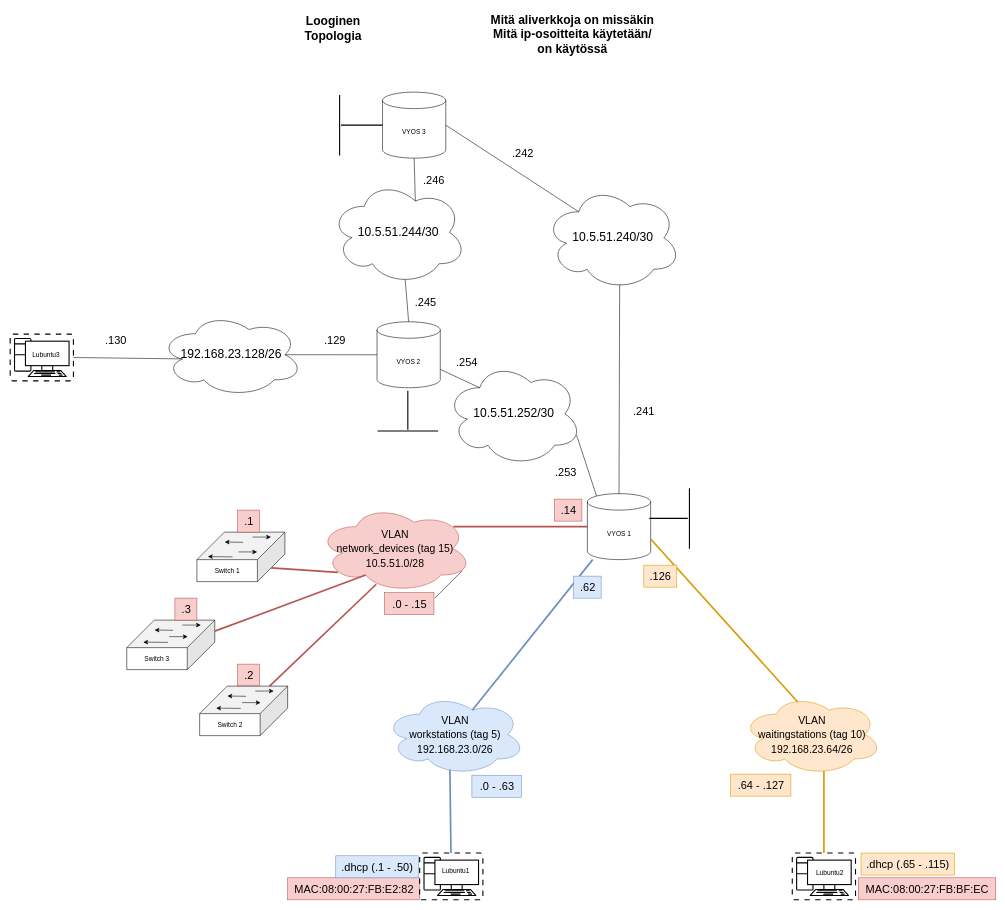
This is documentation/E08/Tietoverkot_looginen_topologia.drawio from Peltori/Tietoverkot, a draw.io file, before an edit. Source tidied: cells renumbered, new cells numbered last; positions are measured from the earlier drawing's top-left corner, leaving out a move shared by most shapes. Both pictures are drawn from the tidied source at 55%, with x=0, y=0 at pixel (10, 9).
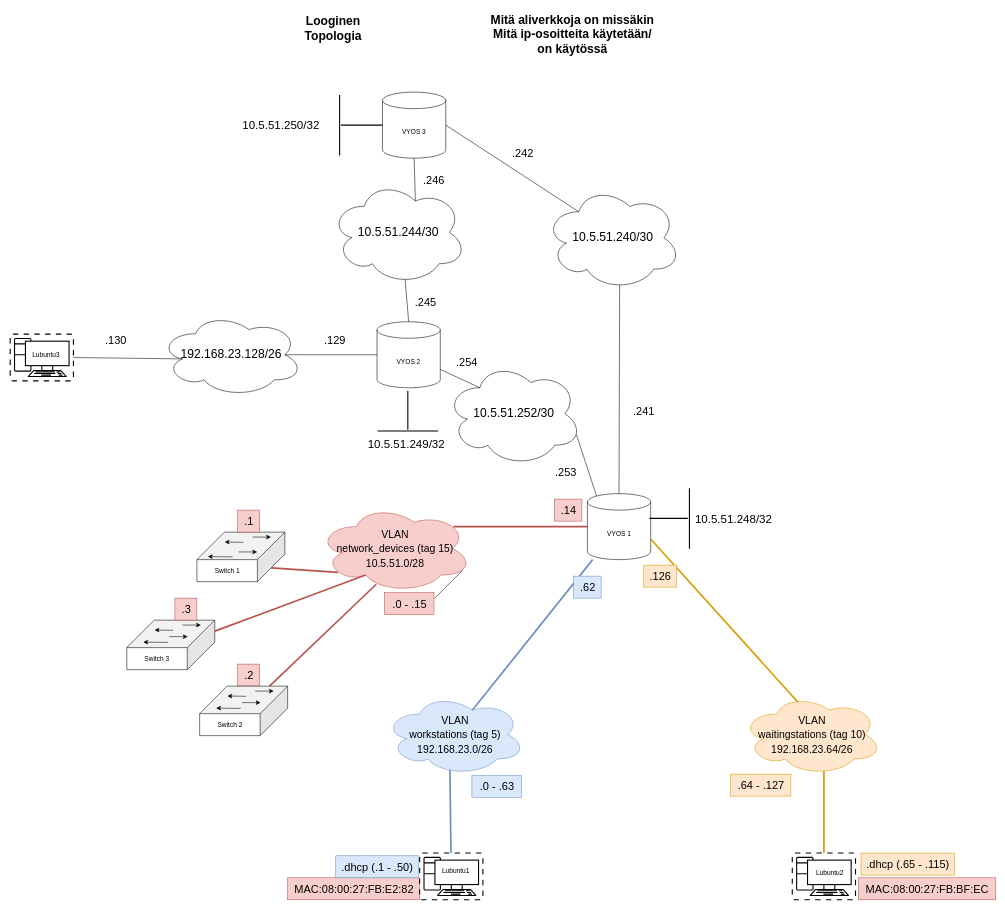
The same diagram, later.

Commit message (it also covers changes not shown here):
Muokattu hieman topologia kuvaa

Change to the diagram source:
```diff
@@
+    <mxCell id="90" value="10.5.51.250/32" style="text;html=1;align=center;verticalAlign=middle;strokeColor=none;fillColor=none;fontSize=21;" parent="1" vertex="1">
+      <mxGeometry x="412" y="190" width="160" height="40" as="geometry" />
+    </mxCell>
+    <mxCell id="91" value="10.5.51.249/32" style="text;html=1;align=center;verticalAlign=middle;strokeColor=none;fillColor=none;fontSize=21;" parent="1" vertex="1">
+      <mxGeometry x="639.5" y="770" width="160" height="40" as="geometry" />
+    </mxCell>
+    <mxCell id="92" value="10.5.51.248/32" style="text;html=1;align=center;verticalAlign=middle;strokeColor=none;fillColor=none;fontSize=21;" parent="1" vertex="1">
+      <mxGeometry x="1234.5" y="905" width="160" height="40" as="geometry" />
+    </mxCell>
```
